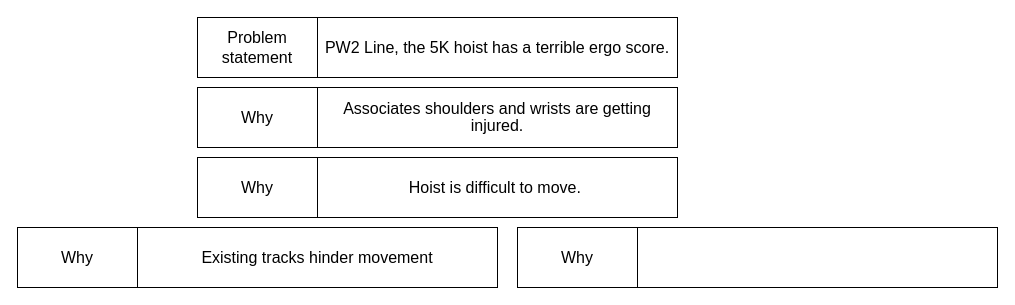
The draw.io diagram Presentation 5why.drawio in usernamesareusless/documentation, before the edit. Source tidied: cells renumbered, new cells numbered last; positions are measured from the earlier drawing's top-left corner, leaving out a move shared by most shapes. Both pictures are drawn from the tidied source at 100%, with x=0, y=0 at pixel (17, 17).
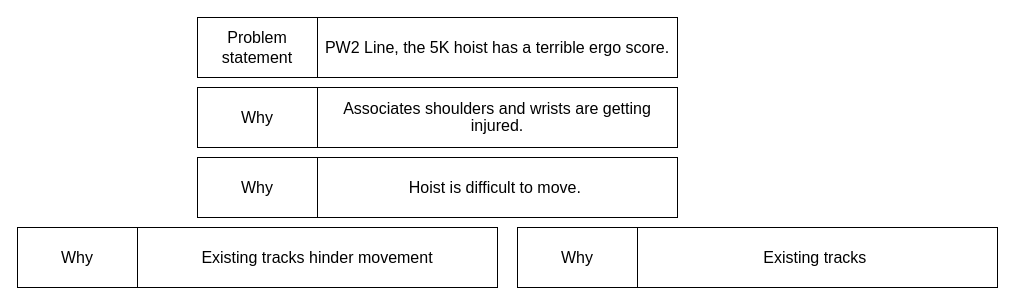
After the change.

The edit, as a diff of the source:
```diff
@@
 <mxGraphModel>
   <root>
     <mxCell id="0" />
     <mxCell id="1" parent="0" />
     <mxCell id="2" style="group;" parent="1" vertex="1">
       <mxGeometry x="180" width="480" height="60" as="geometry" />
     </mxCell>
     <mxCell id="3" value="Problem statement" style="rounded=0;whiteSpace=wrap;html=1;fontSize=16;" parent="2" vertex="1">
       <mxGeometry width="120" height="60" as="geometry" />
     </mxCell>
     <mxCell id="4" value="PW2 Line, the 5K hoist has a terrible ergo score." style="rounded=0;whiteSpace=wrap;html=1;fontSize=16;" parent="2" vertex="1">
       <mxGeometry x="120" width="360" height="60" as="geometry" />
     </mxCell>
     <mxCell id="5" style="group;" parent="1" vertex="1">
       <mxGeometry x="180" y="70" width="480" height="60" as="geometry" />
     </mxCell>
     <mxCell id="6" value="Why" style="rounded=0;whiteSpace=wrap;html=1;fontSize=16;" parent="5" vertex="1">
       <mxGeometry width="120" height="60" as="geometry" />
     </mxCell>
     <mxCell id="7" value="&lt;p style=&quot;line-height:12.6pt;mso-line-height-rule:exactly&quot; class=&quot;MsoNormal&quot;&gt;Associates shoulders and wrists are getting injured.&lt;/p&gt;" style="rounded=0;whiteSpace=wrap;html=1;fontSize=16;" parent="5" vertex="1">
       <mxGeometry x="120" width="360" height="60" as="geometry" />
     </mxCell>
     <mxCell id="8" style="group;" parent="1" vertex="1">
       <mxGeometry x="180" y="140" width="480" height="60" as="geometry" />
     </mxCell>
     <mxCell id="9" value="Why" style="rounded=0;whiteSpace=wrap;html=1;fontSize=16;" parent="8" vertex="1">
       <mxGeometry width="120" height="60" as="geometry" />
     </mxCell>
     <mxCell id="10" value="Hoist is difficult to move.&amp;nbsp;" style="rounded=0;whiteSpace=wrap;html=1;fontSize=16;" parent="8" vertex="1">
       <mxGeometry x="120" width="360" height="60" as="geometry" />
     </mxCell>
     <mxCell id="11" style="group;" parent="1" vertex="1">
       <mxGeometry y="210" width="480" height="60" as="geometry" />
     </mxCell>
     <mxCell id="12" value="Why" style="rounded=0;whiteSpace=wrap;html=1;fontSize=16;" parent="11" vertex="1">
       <mxGeometry width="120" height="60" as="geometry" />
     </mxCell>
     <mxCell id="13" value="Existing tracks hinder movement" style="rounded=0;whiteSpace=wrap;html=1;fontSize=16;" parent="11" vertex="1">
       <mxGeometry x="120" width="360" height="60" as="geometry" />
     </mxCell>
     <mxCell id="14" style="group;" parent="1" vertex="1">
       <mxGeometry x="500" y="210" width="480" height="60" as="geometry" />
     </mxCell>
     <mxCell id="15" value="Why" style="rounded=0;whiteSpace=wrap;html=1;fontSize=16;" parent="14" vertex="1">
       <mxGeometry width="120" height="60" as="geometry" />
     </mxCell>
-    <mxCell id="16" style="rounded=0;whiteSpace=wrap;html=1;fontSize=16;" parent="14" vertex="1">
+    <mxCell id="16" value="Existing tracks&amp;nbsp;" style="rounded=0;whiteSpace=wrap;html=1;fontSize=16;" parent="14" vertex="1">
       <mxGeometry x="120" width="360" height="60" as="geometry" />
     </mxCell>
   </root>
 </mxGraphModel>
```
